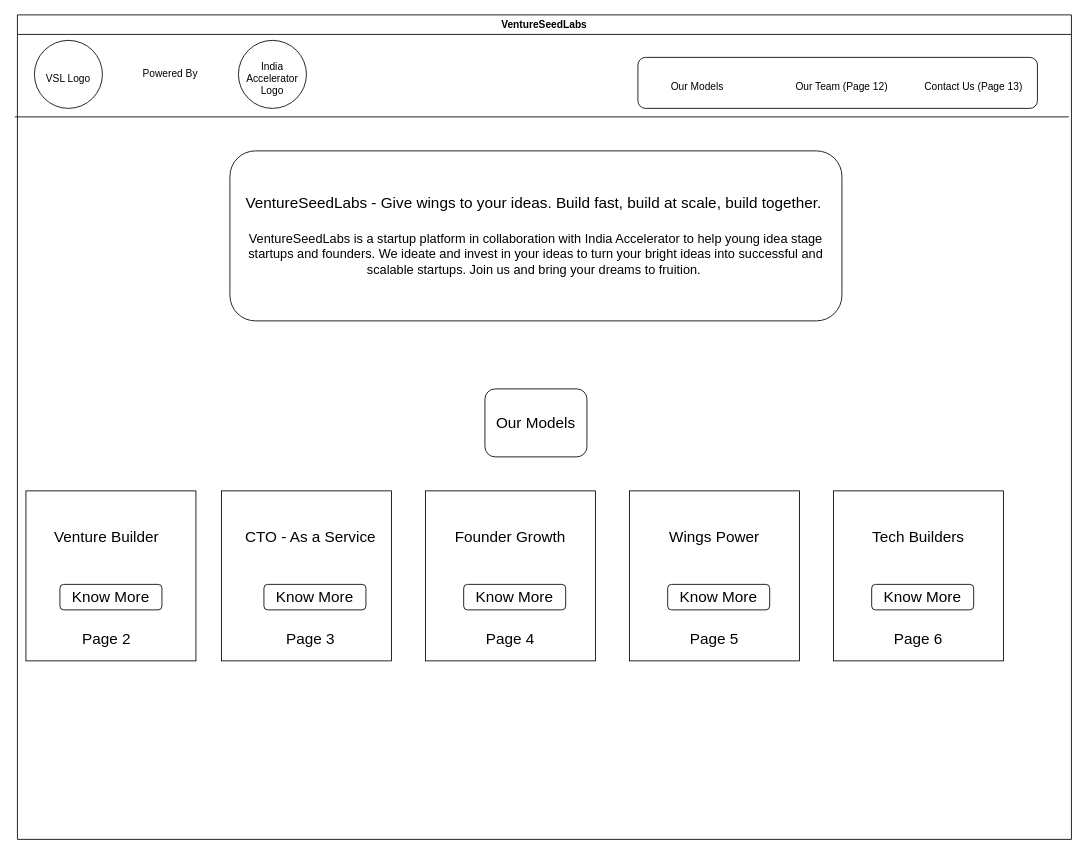
Before: page "Home Page" (1 of 13) of iStartupWings.drawio in snair0410/story, a draw.io diagram. Source tidied: cells renumbered, new cells numbered last; positions are measured from the earlier drawing's top-left corner, leaving out a move shared by most shapes. Both pictures are drawn from the tidied source at 85%, with x=0, y=0 at pixel (14, 14).
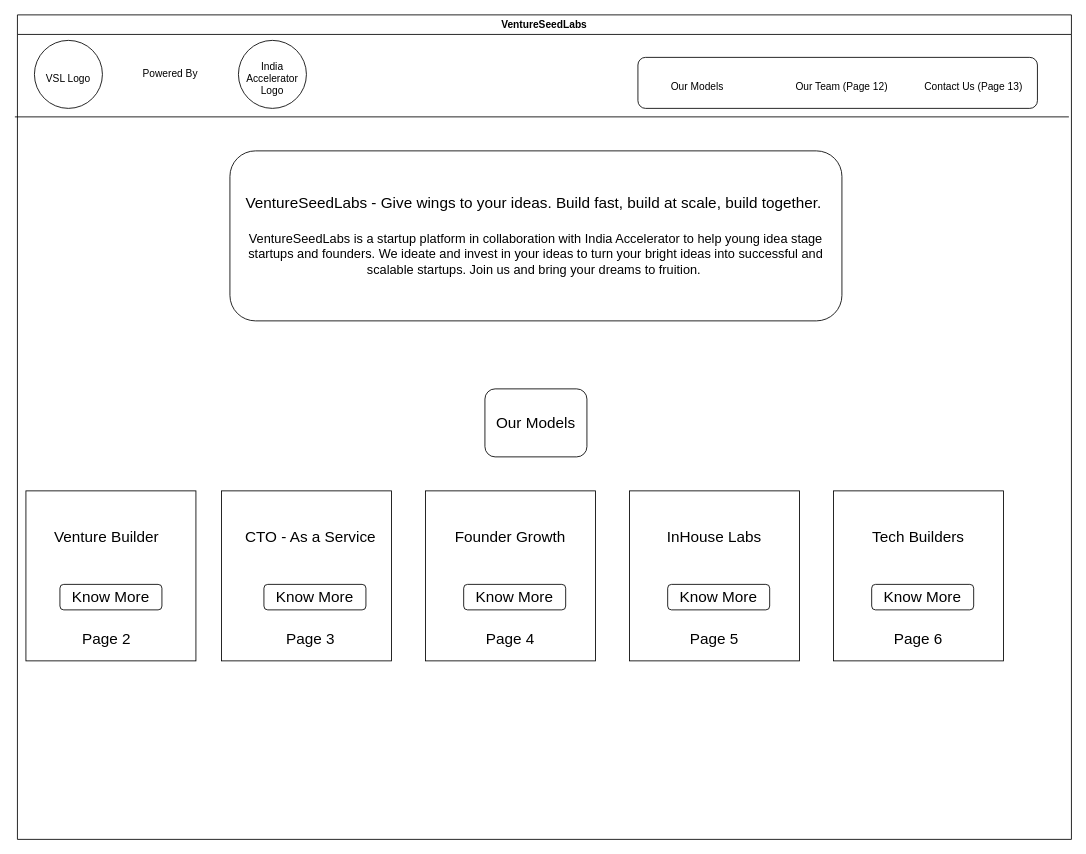
The same page after the edit.

Unchanged cells that the change refers to:
```xml
<mxCell id="2" value="VentureSeedLabs" style="swimlane;" parent="1" vertex="1">
  <mxGeometry x="3" width="1240" height="970" as="geometry" />
</mxCell>
```

What changed in the source:
```diff
@@
-    <mxCell id="28" value="Wings Power" style="text;html=1;strokeColor=none;fillColor=none;align=center;verticalAlign=middle;whiteSpace=wrap;rounded=0;fontSize=18;" parent="2" vertex="1">
+    <mxCell id="28" value="InHouse Labs" style="text;html=1;strokeColor=none;fillColor=none;align=center;verticalAlign=middle;whiteSpace=wrap;rounded=0;fontSize=18;" parent="2" vertex="1">
       <mxGeometry x="735" y="600" width="170" height="30" as="geometry" />
     </mxCell>
```
